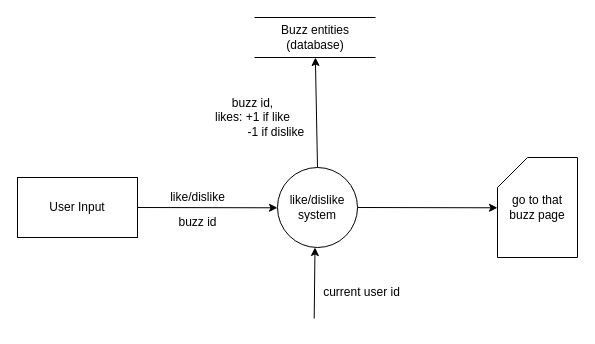
Above: DFD/Buzzer/Like.drawio in DonaldLamNL/buzzer (draw.io), before the change. Source tidied: cells renumbered, new cells numbered last; positions are measured from the earlier drawing's top-left corner, leaving out a move shared by most shapes. Both pictures are drawn from the tidied source at 100%, with x=0, y=0 at pixel (17, 17).
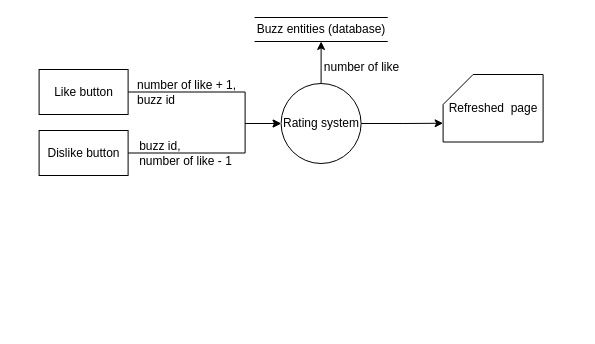
The same diagram, later.

Diff of the diagram source:
```diff
@@
 <mxGraphModel>
   <root>
     <mxCell id="0" />
     <mxCell id="1" parent="0" />
-    <mxCell id="2" style="edgeStyle=none;html=1;exitX=1;exitY=0.5;exitDx=0;exitDy=0;" parent="1" edge="1" source="3">
-      <mxGeometry relative="1" as="geometry">
-        <mxPoint x="260" y="190.3" as="targetPoint" />
-      </mxGeometry>
-    </mxCell>
-    <mxCell id="3" value="User Input" style="rounded=0;whiteSpace=wrap;html=1;" parent="1" vertex="1">
-      <mxGeometry y="160" width="120" height="60" as="geometry" />
-    </mxCell>
-    <mxCell id="4" value="like/dislike" style="text;html=1;align=center;verticalAlign=middle;strokeColor=none;fillColor=none;" parent="1" vertex="1">
-      <mxGeometry x="140" y="165" width="80" height="30" as="geometry" />
-    </mxCell>
-    <mxCell id="5" style="edgeStyle=none;html=1;exitX=1;exitY=0.5;exitDx=0;exitDy=0;" parent="1" edge="1" source="7">
-      <mxGeometry relative="1" as="geometry">
-        <mxPoint x="480" y="190.3" as="targetPoint" />
-      </mxGeometry>
-    </mxCell>
-    <mxCell id="6" style="edgeStyle=none;html=1;exitX=0.5;exitY=0;exitDx=0;exitDy=0;" parent="1" edge="1" source="7" target="10">
-      <mxGeometry relative="1" as="geometry" />
-    </mxCell>
-    <mxCell id="7" value="like/dislike&lt;br&gt;system" style="ellipse;whiteSpace=wrap;html=1;" parent="1" vertex="1">
-      <mxGeometry x="260" y="150" width="80" height="80" as="geometry" />
-    </mxCell>
-    <mxCell id="8" style="edgeStyle=none;html=1;entryX=0.5;entryY=1;entryDx=0;entryDy=0;exitX=0.442;exitY=0.04;exitDx=0;exitDy=0;exitPerimeter=0;" parent="1" edge="1">
-      <mxGeometry relative="1" as="geometry">
-        <mxPoint x="296.7" y="301" as="sourcePoint" />
-        <mxPoint x="297.5" y="230" as="targetPoint" />
-      </mxGeometry>
-    </mxCell>
-    <mxCell id="9" value="current user id" style="text;html=1;align=center;verticalAlign=middle;strokeColor=none;fillColor=none;" parent="1" vertex="1">
-      <mxGeometry x="294" y="260" width="100" height="30" as="geometry" />
-    </mxCell>
-    <mxCell id="10" value="Buzz entities&lt;br&gt;(database)" style="shape=partialRectangle;whiteSpace=wrap;html=1;left=0;right=0;fillColor=none;rounded=0;strokeColor=default;fontFamily=Helvetica;fontSize=12;fontColor=default;" parent="1" vertex="1">
-      <mxGeometry x="237.5" width="120" height="40" as="geometry" />
+    <mxCell id="10" value="Buzz entities&amp;nbsp;(database)" style="shape=partialRectangle;whiteSpace=wrap;html=1;left=0;right=0;fillColor=none;rounded=0;strokeColor=default;fontFamily=Helvetica;fontSize=12;fontColor=default;" parent="1" vertex="1">
+      <mxGeometry x="237.5" width="132.2" height="24" as="geometry" />
     </mxCell>
-    <mxCell id="11" value="buzz id,&lt;br&gt;likes: +1 if like&lt;br&gt;&amp;nbsp; &amp;nbsp; &amp;nbsp; &amp;nbsp; &amp;nbsp; &amp;nbsp; &amp;nbsp; -1 if dislike" style="text;html=1;align=center;verticalAlign=middle;strokeColor=none;fillColor=none;" parent="1" vertex="1">
-      <mxGeometry x="170" y="70" width="130" height="60" as="geometry" />
-    </mxCell>
-    <mxCell id="12" value="&lt;span style=&quot;&quot;&gt;go to that&lt;br&gt;buzz&amp;nbsp;&lt;/span&gt;&lt;span style=&quot;&quot;&gt;page&lt;/span&gt;" style="shape=card;whiteSpace=wrap;html=1;" parent="1" vertex="1">
-      <mxGeometry x="480" y="140" width="80" height="100" as="geometry" />
-    </mxCell>
-    <mxCell id="13" value="buzz id" style="text;html=1;align=center;verticalAlign=middle;strokeColor=none;fillColor=none;" parent="1" vertex="1">
-      <mxGeometry x="150" y="190" width="60" height="30" as="geometry" />
-    </mxCell>
+    <mxCell id="14" style="edgeStyle=orthogonalEdgeStyle;rounded=0;jettySize=auto;html=1;exitX=1;exitY=0.5;exitDx=0;exitDy=0;entryX=0;entryY=0.5;entryDx=0;entryDy=0;" parent="1" edge="1" source="15" target="20">
+      <mxGeometry relative="1" as="geometry">
+        <Array as="points">
+          <mxPoint x="227.6" y="75" />
+          <mxPoint x="227.6" y="106" />
+        </Array>
+      </mxGeometry>
+    </mxCell>
+    <mxCell id="15" value="Like button" style="rounded=0;whiteSpace=wrap;html=1;" parent="1" vertex="1">
+      <mxGeometry x="21.6" y="52" width="89" height="45" as="geometry" />
+    </mxCell>
+    <mxCell id="16" style="edgeStyle=orthogonalEdgeStyle;rounded=0;jettySize=auto;html=1;exitX=1;exitY=0.5;exitDx=0;exitDy=0;entryX=0;entryY=0.5;entryDx=0;entryDy=0;" parent="1" edge="1" source="17" target="20">
+      <mxGeometry relative="1" as="geometry">
+        <Array as="points">
+          <mxPoint x="227.6" y="136" />
+          <mxPoint x="227.6" y="106" />
+        </Array>
+      </mxGeometry>
+    </mxCell>
+    <mxCell id="17" value="Dislike button" style="rounded=0;whiteSpace=wrap;html=1;" parent="1" vertex="1">
+      <mxGeometry x="21.6" y="113" width="89" height="45" as="geometry" />
+    </mxCell>
+    <mxCell id="18" style="edgeStyle=orthogonalEdgeStyle;rounded=0;jettySize=auto;html=1;exitX=0.5;exitY=0;exitDx=0;exitDy=0;entryX=0.5;entryY=1;entryDx=0;entryDy=0;" parent="1" edge="1" source="20" target="10">
+      <mxGeometry relative="1" as="geometry" />
+    </mxCell>
+    <mxCell id="19" style="edgeStyle=orthogonalEdgeStyle;rounded=0;jettySize=auto;html=1;exitX=1;exitY=0.5;exitDx=0;exitDy=0;entryX=0;entryY=0;entryDx=0;entryDy=48.75;entryPerimeter=0;" parent="1" edge="1" source="20" target="24">
+      <mxGeometry relative="1" as="geometry" />
+    </mxCell>
+    <mxCell id="20" value="Rating system" style="ellipse;whiteSpace=wrap;html=1;" parent="1" vertex="1">
+      <mxGeometry x="263.6" y="66" width="80" height="80" as="geometry" />
+    </mxCell>
+    <mxCell id="21" value="number of like + 1,&lt;br&gt;&lt;div style=&quot;text-align: left;&quot;&gt;buzz id&lt;/div&gt;" style="text;html=1;align=center;verticalAlign=middle;strokeColor=none;fillColor=none;" parent="1" vertex="1">
+      <mxGeometry x="110.6" y="54.5" width="117" height="40" as="geometry" />
+    </mxCell>
+    <mxCell id="22" value="&lt;div style=&quot;text-align: left;&quot;&gt;buzz id,&lt;/div&gt;&lt;div style=&quot;text-align: left;&quot;&gt;number of like - 1&lt;/div&gt;" style="text;html=1;align=center;verticalAlign=middle;strokeColor=none;fillColor=none;" parent="1" vertex="1">
+      <mxGeometry x="112.6" y="115.5" width="111" height="40" as="geometry" />
+    </mxCell>
+    <mxCell id="23" value="number of like" style="text;html=1;align=center;verticalAlign=middle;strokeColor=none;fillColor=none;" parent="1" vertex="1">
+      <mxGeometry x="297.6" y="37" width="93" height="26" as="geometry" />
+    </mxCell>
+    <mxCell id="24" value="Refreshed &amp;nbsp;page" style="shape=card;whiteSpace=wrap;html=1;" parent="1" vertex="1">
+      <mxGeometry x="425.6" y="57" width="100" height="67.5" as="geometry" />
+    </mxCell>
   </root>
 </mxGraphModel>
```
